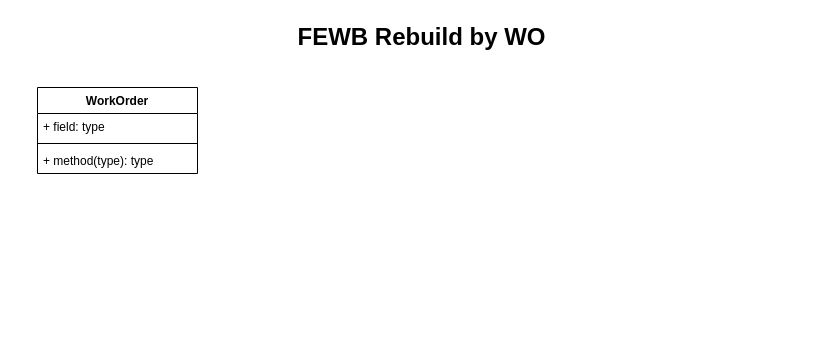
The draw.io diagram Diagrams/Untitled Diagram.drawio in LongJohnBlackbeard/IntegrifyAPITesting, before the edit. Source tidied: cells renumbered, new cells numbered last; positions are measured from the earlier drawing's top-left corner, leaving out a move shared by most shapes. Both pictures are drawn from the tidied source at 100%, with x=0, y=0 at pixel (37, 17).
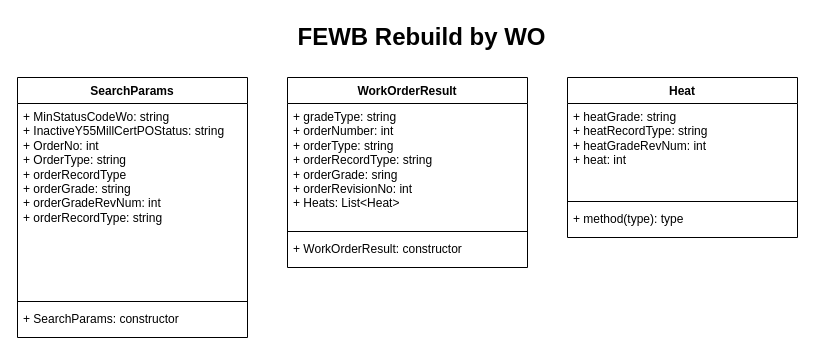
Above is the later version.

Diff of the diagram source:
```diff
@@
 <mxGraphModel>
   <root>
     <mxCell id="0" />
     <mxCell id="1" parent="0" />
-    <mxCell id="2" value="WorkOrder" style="swimlane;fontStyle=1;align=center;verticalAlign=top;horizontal=1;startSize=26;whiteSpace=wrap;html=1;" parent="1" vertex="1">
-      <mxGeometry y="70" width="160" height="86" as="geometry" />
+    <mxCell id="2" value="SearchParams" style="swimlane;fontStyle=1;align=center;verticalAlign=top;horizontal=1;startSize=26;whiteSpace=wrap;html=1;" parent="1" vertex="1">
+      <mxGeometry x="-20" y="60" width="230" height="260" as="geometry" />
     </mxCell>
-    <mxCell id="3" value="+ field: type" style="text;strokeColor=none;fillColor=none;align=left;verticalAlign=top;spacingLeft=4;spacingRight=4;overflow=hidden;whiteSpace=wrap;html=1;" parent="2" vertex="1">
-      <mxGeometry y="26" width="160" height="26" as="geometry" />
+    <mxCell id="3" value="+ MinStatusCodeWo: string&lt;br&gt;+ InactiveY55MillCertPOStatus: string&lt;br&gt;+ OrderNo: int&lt;br&gt;+ OrderType: string&lt;br&gt;+ orderRecordType&lt;br&gt;+ orderGrade: string&lt;br&gt;+ orderGradeRevNum: int&lt;br&gt;+ orderRecordType: string" style="text;strokeColor=none;fillColor=none;align=left;verticalAlign=top;spacingLeft=4;spacingRight=4;overflow=hidden;whiteSpace=wrap;html=1;" parent="2" vertex="1">
+      <mxGeometry y="26" width="230" height="194" as="geometry" />
     </mxCell>
     <mxCell id="4" style="line;strokeWidth=1;fillColor=none;align=left;verticalAlign=middle;spacingTop=-1;spacingLeft=3;spacingRight=3;labelPosition=right;strokeColor=inherit;" parent="2" vertex="1">
-      <mxGeometry y="52" width="160" height="8" as="geometry" />
+      <mxGeometry y="220" width="230" height="8" as="geometry" />
     </mxCell>
-    <mxCell id="5" value="+ method(type): type" style="text;strokeColor=none;fillColor=none;align=left;verticalAlign=top;spacingLeft=4;spacingRight=4;overflow=hidden;whiteSpace=wrap;html=1;" parent="2" vertex="1">
-      <mxGeometry y="60" width="160" height="26" as="geometry" />
+    <mxCell id="5" value="+&amp;nbsp;SearchParams: constructor" style="text;strokeColor=none;fillColor=none;align=left;verticalAlign=top;spacingLeft=4;spacingRight=4;overflow=hidden;whiteSpace=wrap;html=1;" parent="2" vertex="1">
+      <mxGeometry y="228" width="230" height="32" as="geometry" />
     </mxCell>
     <mxCell id="6" value="FEWB Rebuild by WO" style="text;strokeColor=none;fillColor=none;html=1;fontSize=24;fontStyle=1;verticalAlign=middle;align=center;" parent="1" vertex="1">
       <mxGeometry x="334" width="100" height="40" as="geometry" />
     </mxCell>
+    <mxCell id="7" value="WorkOrderResult" style="swimlane;fontStyle=1;align=center;verticalAlign=top;horizontal=1;startSize=26;whiteSpace=wrap;html=1;" parent="1" vertex="1">
+      <mxGeometry x="250" y="60" width="240" height="190" as="geometry" />
+    </mxCell>
+    <mxCell id="8" value="+ gradeType: string&lt;br&gt;+ orderNumber: int&lt;br&gt;+ orderType: string&lt;br&gt;+ orderRecordType: string&lt;br&gt;+ orderGrade: sring&lt;br&gt;+ orderRevisionNo: int&lt;br&gt;+ Heats: List&amp;lt;Heat&amp;gt;" style="text;strokeColor=none;fillColor=none;align=left;verticalAlign=top;spacingLeft=4;spacingRight=4;overflow=hidden;whiteSpace=wrap;html=1;" parent="7" vertex="1">
+      <mxGeometry y="26" width="240" height="124" as="geometry" />
+    </mxCell>
+    <mxCell id="9" style="line;strokeWidth=1;fillColor=none;align=left;verticalAlign=middle;spacingTop=-1;spacingLeft=3;spacingRight=3;labelPosition=right;strokeColor=inherit;" parent="7" vertex="1">
+      <mxGeometry y="150" width="240" height="8" as="geometry" />
+    </mxCell>
+    <mxCell id="10" value="+ WorkOrderResult: constructor" style="text;strokeColor=none;fillColor=none;align=left;verticalAlign=top;spacingLeft=4;spacingRight=4;overflow=hidden;whiteSpace=wrap;html=1;" parent="7" vertex="1">
+      <mxGeometry y="158" width="240" height="32" as="geometry" />
+    </mxCell>
+    <mxCell id="11" value="Heat" style="swimlane;fontStyle=1;align=center;verticalAlign=top;horizontal=1;startSize=26;whiteSpace=wrap;html=1;" parent="1" vertex="1">
+      <mxGeometry x="530" y="60" width="230" height="160" as="geometry" />
+    </mxCell>
+    <mxCell id="12" value="+ heatGrade: string&lt;br style=&quot;border-color: var(--border-color);&quot;&gt;+ heatRecordType: string&lt;br style=&quot;border-color: var(--border-color);&quot;&gt;+ heatGradeRevNum: int&lt;br style=&quot;border-color: var(--border-color);&quot;&gt;+ heat: int" style="text;strokeColor=none;fillColor=none;align=left;verticalAlign=top;spacingLeft=4;spacingRight=4;overflow=hidden;whiteSpace=wrap;html=1;" parent="11" vertex="1">
+      <mxGeometry y="26" width="230" height="94" as="geometry" />
+    </mxCell>
+    <mxCell id="13" style="line;strokeWidth=1;fillColor=none;align=left;verticalAlign=middle;spacingTop=-1;spacingLeft=3;spacingRight=3;labelPosition=right;strokeColor=inherit;" parent="11" vertex="1">
+      <mxGeometry y="120" width="230" height="8" as="geometry" />
+    </mxCell>
+    <mxCell id="14" value="+ method(type): type" style="text;strokeColor=none;fillColor=none;align=left;verticalAlign=top;spacingLeft=4;spacingRight=4;overflow=hidden;whiteSpace=wrap;html=1;" parent="11" vertex="1">
+      <mxGeometry y="128" width="230" height="32" as="geometry" />
+    </mxCell>
   </root>
 </mxGraphModel>
```
